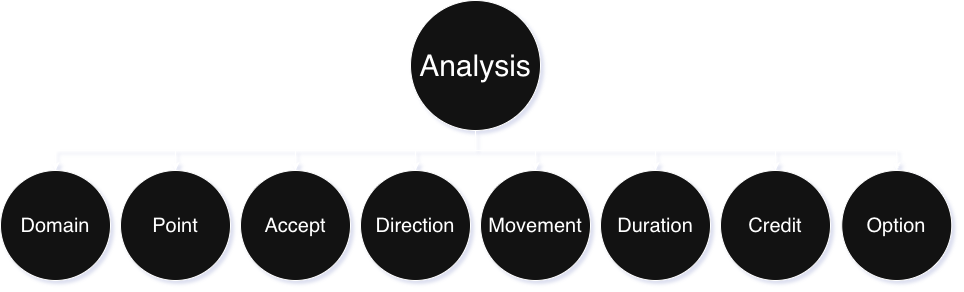
Above: design/analysis.png in kashanimorteza/economy_document (draw.io), before the change. Source tidied: cells renumbered, new cells last; positions are measured from the earlier drawing's top-left corner, leaving out a move shared by most shapes. The source it was exported from:
```xml
<mxGraphModel>
  <root>
    <mxCell id="0" />
    <mxCell id="1" parent="0" />
    <mxCell id="2" style="edgeStyle=orthogonalEdgeStyle;rounded=0;jettySize=auto;html=1;exitX=0.5;exitY=1;exitDx=0;exitDy=0;" parent="1" edge="1" source="4" target="5">
      <mxGeometry relative="1" as="geometry" />
    </mxCell>
    <mxCell id="3" style="edgeStyle=orthogonalEdgeStyle;rounded=0;jettySize=auto;html=1;strokeColor=default;align=center;verticalAlign=middle;fontFamily=Helvetica;fontSize=11;fontColor=default;labelBackgroundColor=default;endArrow=classic;" parent="1" edge="1" source="4" target="6">
      <mxGeometry relative="1" as="geometry" />
    </mxCell>
    <mxCell id="4" value="&lt;font style=&quot;font-size: 30px;&quot;&gt;Analysis&lt;/font&gt;" style="ellipse;whiteSpace=wrap;html=1;" parent="1" vertex="1">
      <mxGeometry x="410" width="130" height="130" as="geometry" />
    </mxCell>
    <mxCell id="5" value="Accept" style="ellipse;whiteSpace=wrap;html=1;fontSize=20;" parent="1" vertex="1">
      <mxGeometry x="240" y="170" width="110" height="110" as="geometry" />
    </mxCell>
    <mxCell id="6" value="Direction" style="ellipse;whiteSpace=wrap;html=1;strokeColor=default;align=center;verticalAlign=middle;fontFamily=Helvetica;fontSize=20;fontColor=default;fillColor=default;" parent="1" vertex="1">
      <mxGeometry x="360" y="170" width="110" height="110" as="geometry" />
    </mxCell>
    <mxCell id="7" value="Movement" style="ellipse;whiteSpace=wrap;html=1;strokeColor=default;align=center;verticalAlign=middle;fontFamily=Helvetica;fontSize=20;fontColor=default;fillColor=default;" parent="1" vertex="1">
      <mxGeometry x="480" y="170" width="110" height="110" as="geometry" />
    </mxCell>
    <mxCell id="8" style="edgeStyle=orthogonalEdgeStyle;rounded=0;jettySize=auto;html=1;strokeColor=default;align=center;verticalAlign=middle;fontFamily=Helvetica;fontSize=11;fontColor=default;labelBackgroundColor=default;endArrow=classic;exitX=0.5;exitY=1;exitDx=0;exitDy=0;" parent="1" edge="1" source="4" target="7">
      <mxGeometry relative="1" as="geometry" />
    </mxCell>
    <mxCell id="9" value="Point" style="ellipse;whiteSpace=wrap;html=1;fontSize=20;" parent="1" vertex="1">
      <mxGeometry x="120" y="170" width="110" height="110" as="geometry" />
    </mxCell>
    <mxCell id="10" style="edgeStyle=orthogonalEdgeStyle;rounded=0;jettySize=auto;html=1;exitX=0.5;exitY=1;exitDx=0;exitDy=0;" parent="1" edge="1" source="4" target="9">
      <mxGeometry relative="1" as="geometry" />
    </mxCell>
    <mxCell id="11" value="Domain" style="ellipse;whiteSpace=wrap;html=1;fontSize=20;" parent="1" vertex="1">
      <mxGeometry y="170" width="110" height="110" as="geometry" />
    </mxCell>
    <mxCell id="12" style="rounded=0;jettySize=auto;html=1;exitX=0.5;exitY=1;exitDx=0;exitDy=0;edgeStyle=orthogonalEdgeStyle;" parent="1" edge="1" source="4" target="11">
      <mxGeometry relative="1" as="geometry" />
    </mxCell>
    <mxCell id="13" value="Duration" style="ellipse;whiteSpace=wrap;html=1;strokeColor=default;align=center;verticalAlign=middle;fontFamily=Helvetica;fontSize=20;fontColor=default;fillColor=default;" parent="1" vertex="1">
      <mxGeometry x="600" y="170" width="110" height="110" as="geometry" />
    </mxCell>
    <mxCell id="14" style="edgeStyle=orthogonalEdgeStyle;rounded=0;jettySize=auto;html=1;strokeColor=default;align=center;verticalAlign=middle;fontFamily=Helvetica;fontSize=11;fontColor=default;labelBackgroundColor=default;endArrow=classic;exitX=0.5;exitY=1;exitDx=0;exitDy=0;" parent="1" edge="1" source="4" target="13">
      <mxGeometry relative="1" as="geometry" />
    </mxCell>
    <mxCell id="15" value="Credit" style="ellipse;whiteSpace=wrap;html=1;strokeColor=default;align=center;verticalAlign=middle;fontFamily=Helvetica;fontSize=20;fontColor=default;fillColor=default;" parent="1" vertex="1">
      <mxGeometry x="720" y="170" width="110" height="110" as="geometry" />
    </mxCell>
    <mxCell id="16" style="edgeStyle=orthogonalEdgeStyle;rounded=0;jettySize=auto;html=1;strokeColor=default;align=center;verticalAlign=middle;fontFamily=Helvetica;fontSize=11;fontColor=default;labelBackgroundColor=default;endArrow=classic;exitX=0.5;exitY=1;exitDx=0;exitDy=0;" parent="1" edge="1" source="4" target="15">
      <mxGeometry relative="1" as="geometry" />
    </mxCell>
    <mxCell id="17" value="Option" style="ellipse;whiteSpace=wrap;html=1;strokeColor=default;align=center;verticalAlign=middle;fontFamily=Helvetica;fontSize=20;fontColor=default;fillColor=default;" parent="1" vertex="1">
      <mxGeometry x="841.2" y="170" width="110" height="110" as="geometry" />
    </mxCell>
    <mxCell id="18" style="edgeStyle=orthogonalEdgeStyle;rounded=0;jettySize=auto;html=1;strokeColor=default;align=center;verticalAlign=middle;fontFamily=Helvetica;fontSize=11;fontColor=default;labelBackgroundColor=default;endArrow=classic;exitX=0.5;exitY=1;exitDx=0;exitDy=0;" parent="1" edge="1" source="4" target="17">
      <mxGeometry relative="1" as="geometry" />
    </mxCell>
  </root>
</mxGraphModel>
```
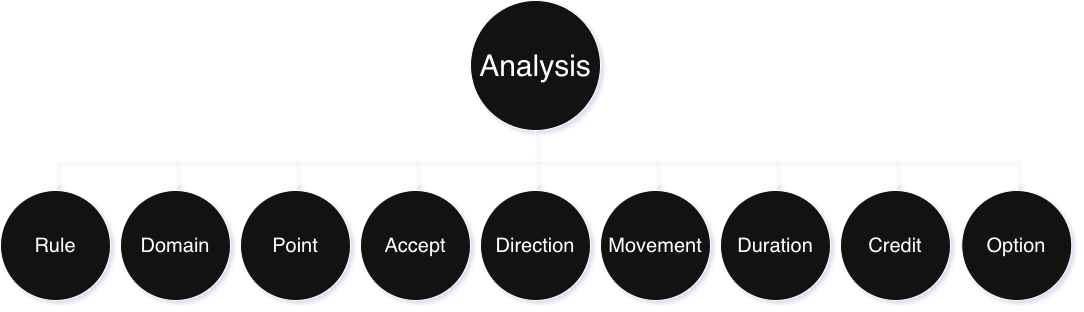
Above is the later version.

The edit, as a diff of the source:
```diff
@@ -9,7 +9,7 @@
       <mxGeometry relative="1" as="geometry" />
     </mxCell>
     <mxCell id="4" value="&lt;font style=&quot;font-size: 30px;&quot;&gt;Analysis&lt;/font&gt;" style="ellipse;whiteSpace=wrap;html=1;" parent="1" vertex="1">
-      <mxGeometry x="410" width="130" height="130" as="geometry" />
+      <mxGeometry x="350" y="-20" width="130" height="130" as="geometry" />
     </mxCell>
     <mxCell id="5" value="Accept" style="ellipse;whiteSpace=wrap;html=1;fontSize=20;" parent="1" vertex="1">
       <mxGeometry x="240" y="170" width="110" height="110" as="geometry" />
@@ -53,5 +53,11 @@
     <mxCell id="18" style="edgeStyle=orthogonalEdgeStyle;rounded=0;jettySize=auto;html=1;strokeColor=default;align=center;verticalAlign=middle;fontFamily=Helvetica;fontSize=11;fontColor=default;labelBackgroundColor=default;endArrow=classic;exitX=0.5;exitY=1;exitDx=0;exitDy=0;" parent="1" edge="1" source="4" target="17">
       <mxGeometry relative="1" as="geometry" />
     </mxCell>
+    <mxCell id="19" value="Rule" style="ellipse;whiteSpace=wrap;html=1;fontSize=20;" parent="1" vertex="1">
+      <mxGeometry x="-120" y="170" width="110" height="110" as="geometry" />
+    </mxCell>
+    <mxCell id="20" style="rounded=0;jettySize=auto;html=1;exitX=0.5;exitY=1;exitDx=0;exitDy=0;edgeStyle=orthogonalEdgeStyle;" parent="1" edge="1" source="4" target="19">
+      <mxGeometry relative="1" as="geometry" />
+    </mxCell>
   </root>
 </mxGraphModel>
```
